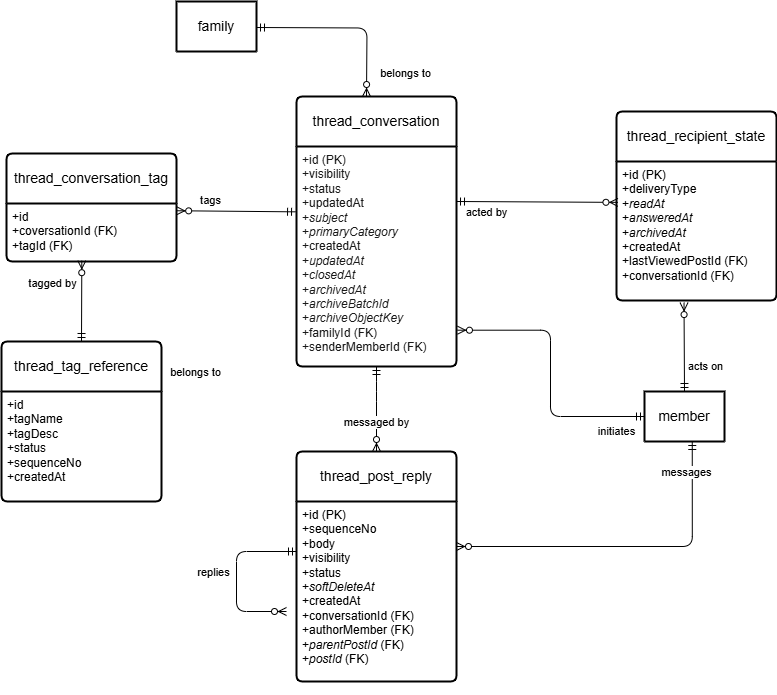
Earlier version of the draw.io export docs/threads-schema.png (greg1951/family-social-scratch). Source tidied: cells renumbered, new cells last; positions are measured from the earlier drawing's top-left corner, leaving out a move shared by most shapes.
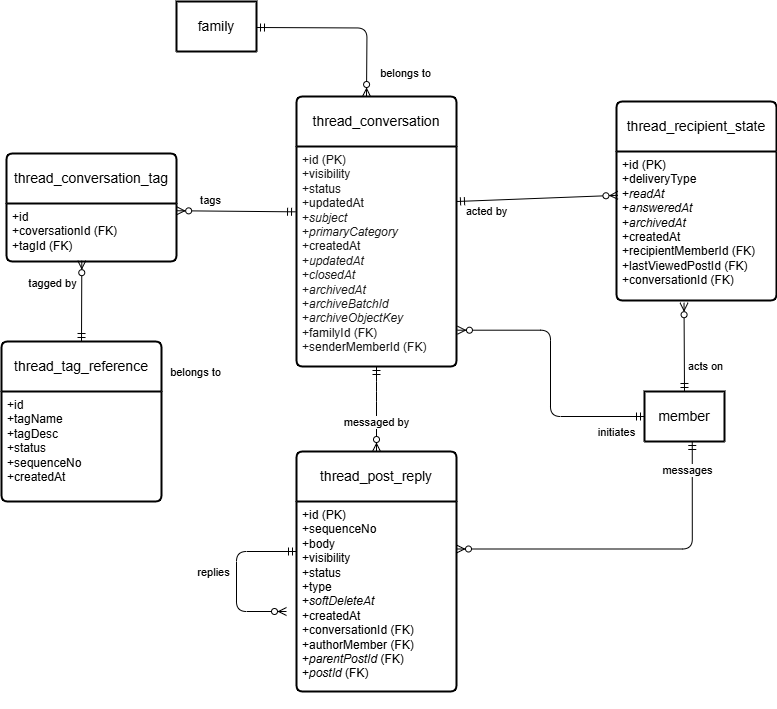
The same file after the commit.

What changed in the source:
```diff
@@ -29,10 +29,10 @@
       <mxGeometry relative="1" as="geometry" />
     </mxCell>
     <mxCell id="9" value="thread_post_reply" style="swimlane;horizontal=1;startSize=50;rounded=1;fontSize=14;fontStyle=0;strokeWidth=2;shadow=0;dashed=0;align=center;arcSize=4;whiteSpace=wrap;html=1;" parent="1" vertex="1">
-      <mxGeometry x="295" y="450" width="160" height="230" as="geometry" />
+      <mxGeometry x="295" y="450" width="160" height="240" as="geometry" />
     </mxCell>
-    <mxCell id="10" value="+id (PK)&lt;br&gt;+sequenceNo&lt;br&gt;+body&lt;div&gt;+visibility&lt;/div&gt;&lt;div&gt;+status&lt;/div&gt;&lt;div&gt;+&lt;i&gt;softDeleteAt&lt;/i&gt;&lt;/div&gt;&lt;div&gt;+createdAt&lt;/div&gt;&lt;div&gt;+conversationId (FK)&lt;/div&gt;&lt;div&gt;+authorMember (FK)&lt;/div&gt;&lt;div&gt;+&lt;i&gt;parentPostId &lt;/i&gt;(FK)&lt;/div&gt;&lt;div&gt;+&lt;i&gt;postId &lt;/i&gt;(FK)&lt;/div&gt;&lt;div&gt;&lt;br&gt;&lt;/div&gt;&lt;div&gt;&lt;br&gt;&lt;/div&gt;" style="align=left;strokeColor=none;fillColor=none;spacingLeft=4;fontSize=12;verticalAlign=top;html=1;" parent="9" vertex="1">
-      <mxGeometry y="50" width="160" height="180" as="geometry" />
+    <mxCell id="10" value="+id (PK)&lt;br&gt;+sequenceNo&lt;br&gt;+body&lt;div&gt;+visibility&lt;/div&gt;&lt;div&gt;+status&lt;/div&gt;&lt;div&gt;+type&lt;/div&gt;&lt;div&gt;+&lt;i&gt;softDeleteAt&lt;/i&gt;&lt;/div&gt;&lt;div&gt;+createdAt&lt;/div&gt;&lt;div&gt;+conversationId (FK)&lt;/div&gt;&lt;div&gt;+authorMember (FK)&lt;/div&gt;&lt;div&gt;+&lt;i&gt;parentPostId &lt;/i&gt;(FK)&lt;/div&gt;&lt;div&gt;+&lt;i&gt;postId &lt;/i&gt;(FK)&lt;/div&gt;&lt;div&gt;&lt;br&gt;&lt;/div&gt;&lt;div&gt;&lt;br&gt;&lt;/div&gt;" style="align=left;strokeColor=none;fillColor=none;spacingLeft=4;fontSize=12;verticalAlign=top;html=1;" parent="9" vertex="1">
+      <mxGeometry y="50" width="160" height="190" as="geometry" />
     </mxCell>
     <mxCell id="11" style="fontSize=12;html=1;endArrow=ERzeroToMany;startArrow=ERmandOne;exitX=0.597;exitY=1;exitDx=0;exitDy=0;edgeStyle=orthogonalEdgeStyle;entryX=1;entryY=0.25;entryDx=0;entryDy=0;exitPerimeter=0;" parent="1" edge="1" source="7" target="10">
       <mxGeometry relative="1" as="geometry" />
@@ -56,10 +56,10 @@
       </mxGeometry>
     </mxCell>
     <mxCell id="15" value="thread_recipient_state" style="swimlane;horizontal=1;startSize=50;rounded=1;fontSize=14;fontStyle=0;strokeWidth=2;shadow=0;dashed=0;align=center;arcSize=4;whiteSpace=wrap;html=1;" parent="1" vertex="1">
-      <mxGeometry x="615" y="110" width="160" height="189" as="geometry" />
+      <mxGeometry x="615" y="100" width="160" height="199" as="geometry" />
     </mxCell>
-    <mxCell id="16" value="+id (PK)&lt;br&gt;+deliveryType&lt;br&gt;&lt;div&gt;+&lt;i&gt;readAt&lt;/i&gt;&lt;/div&gt;&lt;div&gt;+&lt;i&gt;answeredAt&lt;/i&gt;&lt;/div&gt;&lt;div&gt;+&lt;i&gt;archivedAt&lt;/i&gt;&lt;/div&gt;&lt;div&gt;+createdAt&lt;/div&gt;&lt;div&gt;+lastViewedPostId (FK)&lt;/div&gt;&lt;div&gt;+conversationId (FK)&lt;/div&gt;&lt;div&gt;&lt;br&gt;&lt;/div&gt;&lt;div&gt;&lt;br&gt;&lt;/div&gt;" style="align=left;strokeColor=none;fillColor=none;spacingLeft=4;fontSize=12;verticalAlign=top;html=1;" parent="15" vertex="1">
-      <mxGeometry y="50" width="160" height="139" as="geometry" />
+    <mxCell id="16" value="+id (PK)&lt;br&gt;+deliveryType&lt;br&gt;&lt;div&gt;+&lt;i&gt;readAt&lt;/i&gt;&lt;/div&gt;&lt;div&gt;+&lt;i&gt;answeredAt&lt;/i&gt;&lt;/div&gt;&lt;div&gt;+&lt;i&gt;archivedAt&lt;/i&gt;&lt;/div&gt;&lt;div&gt;+createdAt&lt;/div&gt;&lt;div&gt;+recipientMemberId (FK)&lt;/div&gt;&lt;div&gt;+lastViewedPostId (FK)&lt;/div&gt;&lt;div&gt;+conversationId (FK)&lt;/div&gt;&lt;div&gt;&lt;br&gt;&lt;/div&gt;&lt;div&gt;&lt;br&gt;&lt;/div&gt;" style="align=left;strokeColor=none;fillColor=none;spacingLeft=4;fontSize=12;verticalAlign=top;html=1;" parent="15" vertex="1">
+      <mxGeometry y="50" width="160" height="149" as="geometry" />
     </mxCell>
     <mxCell id="17" style="fontSize=12;html=1;endArrow=ERzeroToMany;startArrow=ERmandOne;exitX=1;exitY=0.25;exitDx=0;exitDy=0;entryX=0.009;entryY=0.294;entryDx=0;entryDy=0;entryPerimeter=0;" parent="1" edge="1" source="4" target="16">
       <mxGeometry relative="1" as="geometry" />
```
